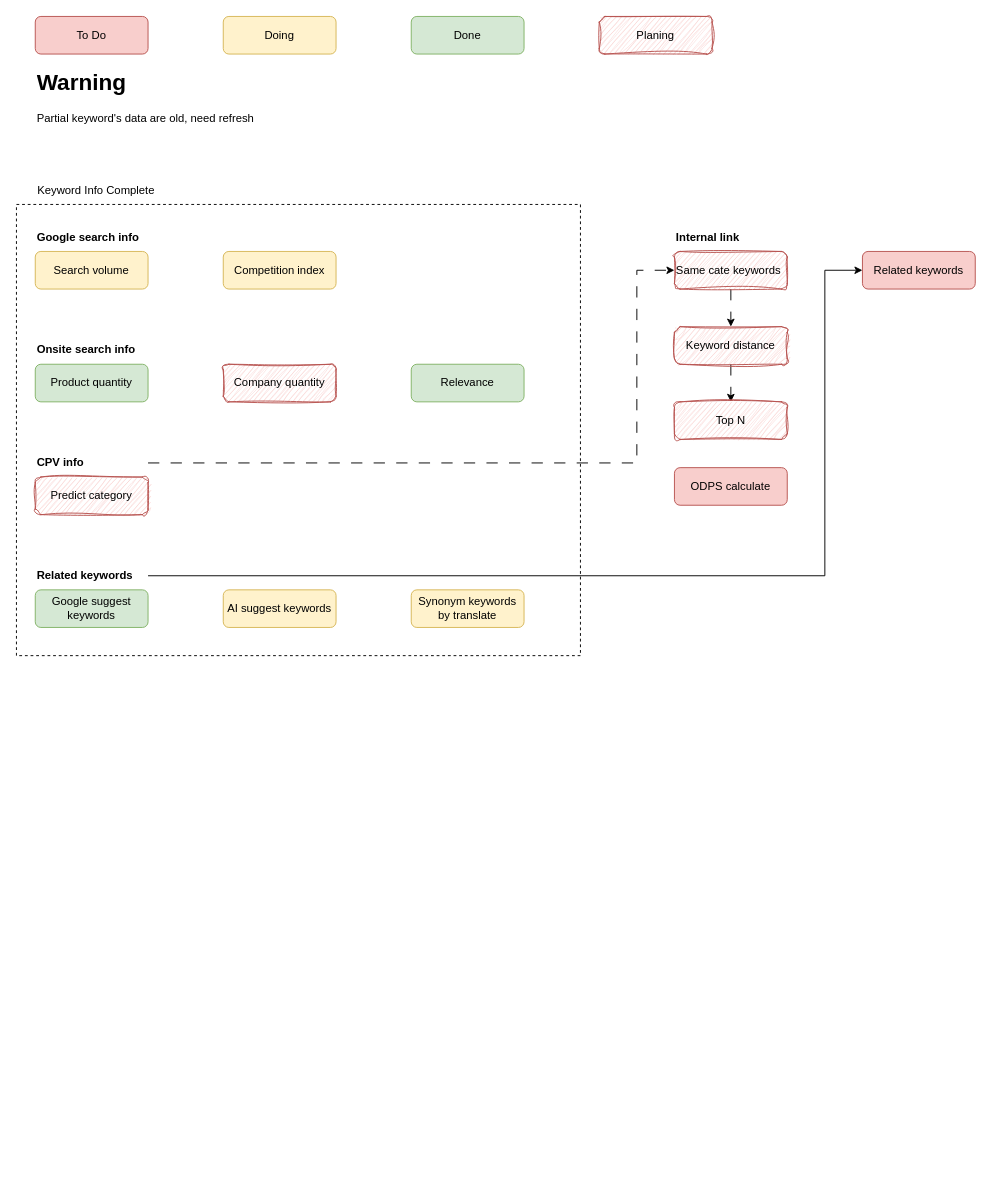
The draw.io diagram drawio/keyword_optimize.drawio in VisableHarry/seo-drawio, before the edit. Source tidied: cells renumbered, new cells numbered last; positions are measured from the earlier drawing's top-left corner, leaving out a move shared by most shapes. Both pictures are drawn from the tidied source at 94%, with x=0, y=0 at pixel (16, 16).
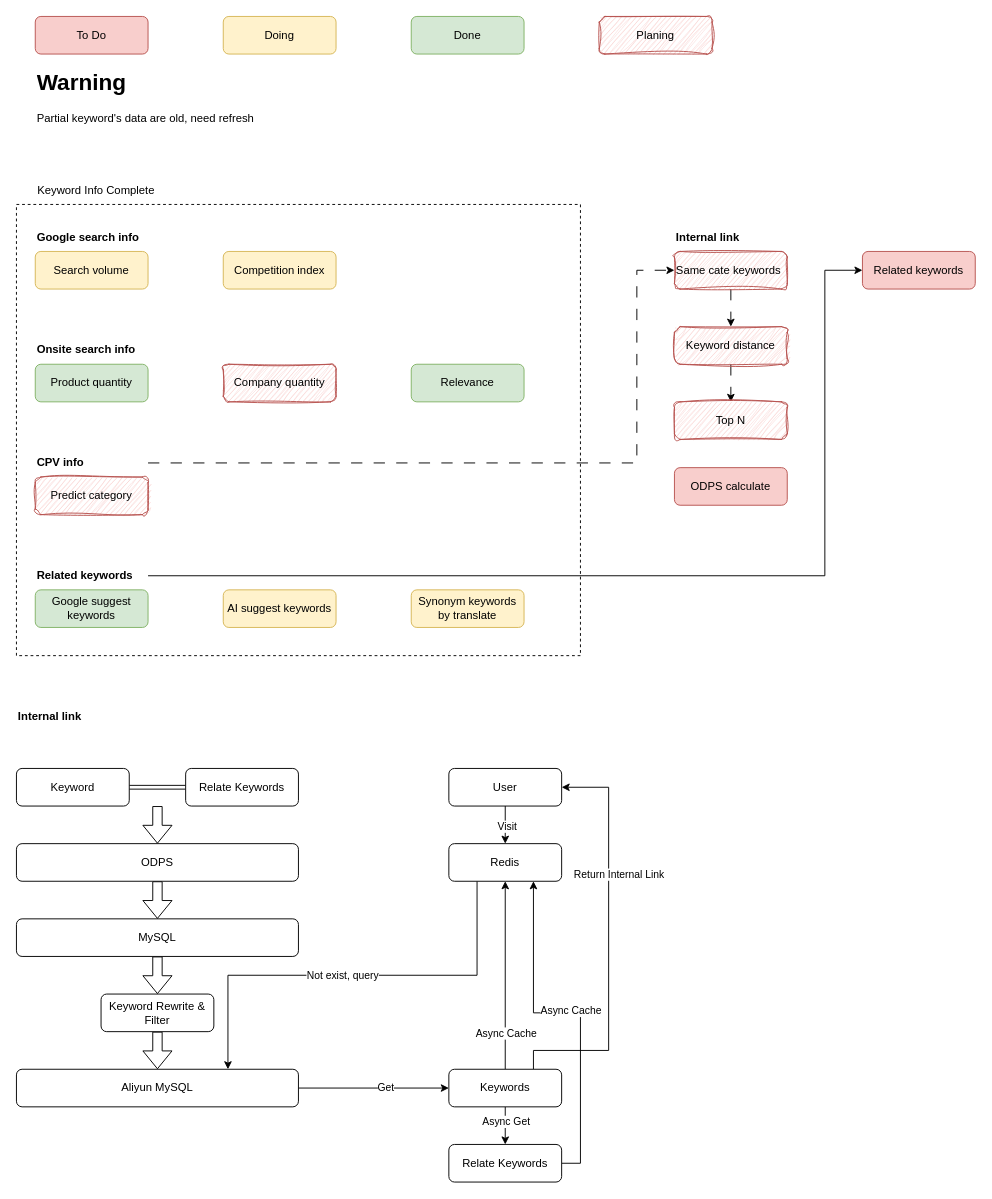
After the change.

What changed in the source:
```diff
@@
+    <mxCell id="32" value="Internal link" style="text;html=1;align=left;verticalAlign=middle;whiteSpace=wrap;rounded=0;fontStyle=1;" parent="1" vertex="1">
+      <mxGeometry y="730" width="110" height="30" as="geometry" />
+    </mxCell>
+    <mxCell id="33" style="edgeStyle=orthogonalEdgeStyle;rounded=0;jettySize=auto;html=1;exitX=1;exitY=0.5;exitDx=0;exitDy=0;entryX=0;entryY=0.5;entryDx=0;entryDy=0;shape=link;" parent="1" edge="1" source="34" target="35">
+      <mxGeometry relative="1" as="geometry" />
+    </mxCell>
+    <mxCell id="34" value="Keyword" style="rounded=1;whiteSpace=wrap;html=1;" parent="1" vertex="1">
+      <mxGeometry y="800" width="120" height="40" as="geometry" />
+    </mxCell>
+    <mxCell id="35" value="Relate Keywords" style="rounded=1;whiteSpace=wrap;html=1;" parent="1" vertex="1">
+      <mxGeometry x="180" y="800" width="120" height="40" as="geometry" />
+    </mxCell>
+    <mxCell id="36" style="edgeStyle=orthogonalEdgeStyle;rounded=0;jettySize=auto;html=1;exitX=0.5;exitY=1;exitDx=0;exitDy=0;entryX=0.5;entryY=0;entryDx=0;entryDy=0;shape=flexArrow;" parent="1" edge="1" source="37" target="41">
+      <mxGeometry relative="1" as="geometry" />
+    </mxCell>
+    <mxCell id="37" value="MySQL" style="rounded=1;whiteSpace=wrap;html=1;" parent="1" vertex="1">
+      <mxGeometry y="960" width="300" height="40" as="geometry" />
+    </mxCell>
+    <mxCell id="38" style="edgeStyle=orthogonalEdgeStyle;rounded=0;jettySize=auto;html=1;exitX=0.5;exitY=1;exitDx=0;exitDy=0;entryX=0.5;entryY=0;entryDx=0;entryDy=0;shape=flexArrow;" parent="1" edge="1" source="39" target="37">
+      <mxGeometry relative="1" as="geometry" />
+    </mxCell>
+    <mxCell id="39" value="ODPS" style="rounded=1;whiteSpace=wrap;html=1;" parent="1" vertex="1">
+      <mxGeometry y="880" width="300" height="40" as="geometry" />
+    </mxCell>
+    <mxCell id="40" style="edgeStyle=orthogonalEdgeStyle;rounded=0;jettySize=auto;html=1;exitX=0.5;exitY=1;exitDx=0;exitDy=0;shape=flexArrow;" parent="1" edge="1" source="41" target="44">
+      <mxGeometry relative="1" as="geometry" />
+    </mxCell>
+    <mxCell id="41" value="Keyword Rewrite &amp;amp; Filter" style="rounded=1;whiteSpace=wrap;html=1;" parent="1" vertex="1">
+      <mxGeometry x="90" y="1040" width="120" height="40" as="geometry" />
+    </mxCell>
+    <mxCell id="42" style="edgeStyle=orthogonalEdgeStyle;rounded=0;jettySize=auto;html=1;exitX=1;exitY=0.5;exitDx=0;exitDy=0;entryX=0;entryY=0.5;entryDx=0;entryDy=0;" parent="1" edge="1" source="44" target="57">
+      <mxGeometry relative="1" as="geometry" />
+    </mxCell>
+    <mxCell id="43" value="Get" style="edgeLabel;html=1;align=center;verticalAlign=middle;" parent="42" vertex="1">
+      <mxGeometry x="0.15" y="2" relative="1" as="geometry">
+        <mxPoint y="1" as="offset" />
+      </mxGeometry>
+    </mxCell>
+    <mxCell id="44" value="Aliyun MySQL" style="rounded=1;whiteSpace=wrap;html=1;" parent="1" vertex="1">
+      <mxGeometry y="1120" width="300" height="40" as="geometry" />
+    </mxCell>
+    <mxCell id="45" style="edgeStyle=orthogonalEdgeStyle;rounded=0;jettySize=auto;html=1;exitX=0.5;exitY=1;exitDx=0;exitDy=0;entryX=0.5;entryY=0;entryDx=0;entryDy=0;" parent="1" edge="1" source="47" target="50">
+      <mxGeometry relative="1" as="geometry" />
+    </mxCell>
+    <mxCell id="46" value="Visit" style="edgeLabel;html=1;align=center;verticalAlign=middle;" parent="45" vertex="1">
+      <mxGeometry x="0.03" y="1" relative="1" as="geometry" />
+    </mxCell>
+    <mxCell id="47" value="User" style="rounded=1;whiteSpace=wrap;html=1;" parent="1" vertex="1">
+      <mxGeometry x="460" y="800" width="120" height="40" as="geometry" />
+    </mxCell>
+    <mxCell id="48" style="edgeStyle=orthogonalEdgeStyle;rounded=0;jettySize=auto;html=1;exitX=0.25;exitY=1;exitDx=0;exitDy=0;entryX=0.75;entryY=0;entryDx=0;entryDy=0;" parent="1" edge="1" source="50" target="44">
+      <mxGeometry relative="1" as="geometry" />
+    </mxCell>
+    <mxCell id="49" value="Not exist, query" style="edgeLabel;html=1;align=center;verticalAlign=middle;" parent="48" vertex="1">
+      <mxGeometry x="0.05" relative="1" as="geometry" />
+    </mxCell>
+    <mxCell id="50" value="Redis" style="rounded=1;whiteSpace=wrap;html=1;" parent="1" vertex="1">
+      <mxGeometry x="460" y="880" width="120" height="40" as="geometry" />
+    </mxCell>
+    <mxCell id="51" style="edgeStyle=orthogonalEdgeStyle;rounded=0;jettySize=auto;html=1;exitX=0.5;exitY=0;exitDx=0;exitDy=0;entryX=0.5;entryY=1;entryDx=0;entryDy=0;" parent="1" edge="1" source="57" target="50">
+      <mxGeometry relative="1" as="geometry" />
+    </mxCell>
+    <mxCell id="52" value="Async Cache" style="edgeLabel;html=1;align=center;verticalAlign=middle;" parent="51" vertex="1">
+      <mxGeometry x="-0.17" relative="1" as="geometry">
+        <mxPoint y="44" as="offset" />
+      </mxGeometry>
+    </mxCell>
+    <mxCell id="53" style="edgeStyle=orthogonalEdgeStyle;rounded=0;jettySize=auto;html=1;exitX=0.5;exitY=1;exitDx=0;exitDy=0;entryX=0.5;entryY=0;entryDx=0;entryDy=0;" parent="1" edge="1" source="57" target="61">
+      <mxGeometry relative="1" as="geometry" />
+    </mxCell>
+    <mxCell id="54" value="Async Get" style="edgeLabel;html=1;align=center;verticalAlign=middle;" parent="53" vertex="1">
+      <mxGeometry x="-0.23" relative="1" as="geometry" />
+    </mxCell>
+    <mxCell id="55" style="edgeStyle=orthogonalEdgeStyle;rounded=0;jettySize=auto;html=1;exitX=0.75;exitY=0;exitDx=0;exitDy=0;entryX=1;entryY=0.5;entryDx=0;entryDy=0;" parent="1" edge="1" source="57" target="47">
+      <mxGeometry relative="1" as="geometry">
+        <Array as="points">
+          <mxPoint x="550" y="1100" />
+          <mxPoint x="630" y="1100" />
+          <mxPoint x="630" y="820" />
+        </Array>
+      </mxGeometry>
+    </mxCell>
+    <mxCell id="56" value="Return Internal Link" style="edgeLabel;html=1;align=center;verticalAlign=middle;" parent="55" vertex="1">
+      <mxGeometry x="0.34" y="-1" relative="1" as="geometry">
+        <mxPoint x="9" as="offset" />
+      </mxGeometry>
+    </mxCell>
+    <mxCell id="57" value="Keywords" style="rounded=1;whiteSpace=wrap;html=1;" parent="1" vertex="1">
+      <mxGeometry x="460" y="1120" width="120" height="40" as="geometry" />
+    </mxCell>
+    <mxCell id="58" style="shape=flexArrow;endArrow=classic;html=1;rounded=0;" parent="1" edge="1" target="39">
+      <mxGeometry relative="1" as="geometry">
+        <mxPoint x="150" y="840" as="sourcePoint" />
+      </mxGeometry>
+    </mxCell>
+    <mxCell id="59" style="edgeStyle=orthogonalEdgeStyle;rounded=0;jettySize=auto;html=1;exitX=1;exitY=0.5;exitDx=0;exitDy=0;entryX=0.75;entryY=1;entryDx=0;entryDy=0;" parent="1" edge="1" source="61" target="50">
+      <mxGeometry relative="1" as="geometry" />
+    </mxCell>
+    <mxCell id="60" value="Async Cache" style="edgeLabel;html=1;align=center;verticalAlign=middle;" parent="59" vertex="1">
+      <mxGeometry x="0.03" y="-3" relative="1" as="geometry" />
+    </mxCell>
+    <mxCell id="61" value="Relate Keywords" style="rounded=1;whiteSpace=wrap;html=1;" parent="1" vertex="1">
+      <mxGeometry x="460" y="1200" width="120" height="40" as="geometry" />
+    </mxCell>
```
